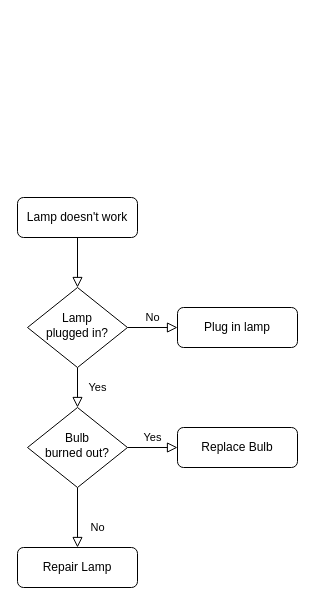
Above: 제목 없는 다이어그램.drawio in MIN121234/tetris (draw.io), before the change. Source tidied: cells renumbered, new cells numbered last; positions are measured from the earlier drawing's top-left corner, leaving out a move shared by most shapes. Both pictures are drawn from the tidied source at 100%, with x=0, y=0 at pixel (17, 197).
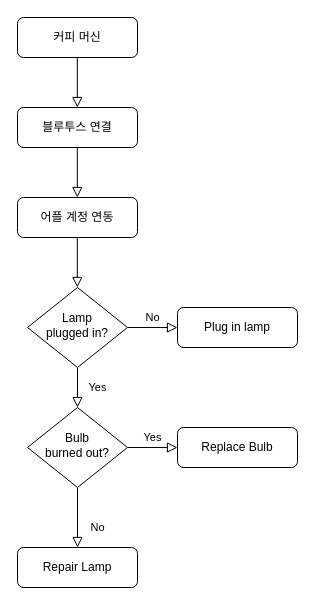
Above is the later version.

Commit message:
커피머신 순서도

Change to the diagram source:
```diff
@@
 <mxGraphModel>
   <root>
     <mxCell id="0" />
     <mxCell id="1" parent="0" />
-    <mxCell id="2" style="rounded=0;html=1;jettySize=auto;fontSize=11;endArrow=block;endFill=0;endSize=8;strokeWidth=1;shadow=0;labelBackgroundColor=none;edgeStyle=orthogonalEdgeStyle;" parent="1" edge="1" source="3" target="6">
-      <mxGeometry relative="1" as="geometry" />
-    </mxCell>
-    <mxCell id="3" value="Lamp doesn't work" style="rounded=1;whiteSpace=wrap;html=1;fontSize=12;glass=0;strokeWidth=1;shadow=0;" parent="1" vertex="1">
-      <mxGeometry width="120" height="40" as="geometry" />
+    <mxCell id="3" value="블루투스 연결" style="rounded=1;whiteSpace=wrap;html=1;fontSize=12;glass=0;strokeWidth=1;shadow=0;" parent="1" vertex="1">
+      <mxGeometry y="-90" width="120" height="40" as="geometry" />
     </mxCell>
     <mxCell id="4" value="Yes" style="rounded=0;html=1;jettySize=auto;fontSize=11;endArrow=block;endFill=0;endSize=8;strokeWidth=1;shadow=0;labelBackgroundColor=none;edgeStyle=orthogonalEdgeStyle;" parent="1" edge="1" source="6" target="10">
       <mxGeometry y="20" relative="1" as="geometry" />
     </mxCell>
     <mxCell id="5" value="No" style="edgeStyle=orthogonalEdgeStyle;rounded=0;html=1;jettySize=auto;fontSize=11;endArrow=block;endFill=0;endSize=8;strokeWidth=1;shadow=0;labelBackgroundColor=none;" parent="1" edge="1" source="6" target="7">
       <mxGeometry y="10" relative="1" as="geometry" />
     </mxCell>
     <mxCell id="6" value="Lamp&lt;br&gt;plugged in?" style="rhombus;whiteSpace=wrap;html=1;shadow=0;fontFamily=Helvetica;fontSize=12;align=center;strokeWidth=1;spacing=6;spacingTop=-4;" parent="1" vertex="1">
       <mxGeometry x="10" y="90" width="100" height="80" as="geometry" />
     </mxCell>
     <mxCell id="7" value="Plug in lamp" style="rounded=1;whiteSpace=wrap;html=1;fontSize=12;glass=0;strokeWidth=1;shadow=0;" parent="1" vertex="1">
       <mxGeometry x="160" y="110" width="120" height="40" as="geometry" />
     </mxCell>
     <mxCell id="8" value="No" style="rounded=0;html=1;jettySize=auto;fontSize=11;endArrow=block;endFill=0;endSize=8;strokeWidth=1;shadow=0;labelBackgroundColor=none;edgeStyle=orthogonalEdgeStyle;" parent="1" edge="1" source="10" target="11">
       <mxGeometry x="0.33" y="20" relative="1" as="geometry" />
     </mxCell>
     <mxCell id="9" value="Yes" style="edgeStyle=orthogonalEdgeStyle;rounded=0;html=1;jettySize=auto;fontSize=11;endArrow=block;endFill=0;endSize=8;strokeWidth=1;shadow=0;labelBackgroundColor=none;" parent="1" edge="1" source="10" target="12">
       <mxGeometry y="10" relative="1" as="geometry" />
     </mxCell>
     <mxCell id="10" value="Bulb&lt;br&gt;burned out?" style="rhombus;whiteSpace=wrap;html=1;shadow=0;fontFamily=Helvetica;fontSize=12;align=center;strokeWidth=1;spacing=6;spacingTop=-4;" parent="1" vertex="1">
       <mxGeometry x="10" y="210" width="100" height="80" as="geometry" />
     </mxCell>
     <mxCell id="11" value="Repair Lamp" style="rounded=1;whiteSpace=wrap;html=1;fontSize=12;glass=0;strokeWidth=1;shadow=0;" parent="1" vertex="1">
       <mxGeometry y="350" width="120" height="40" as="geometry" />
     </mxCell>
     <mxCell id="12" value="Replace Bulb" style="rounded=1;whiteSpace=wrap;html=1;fontSize=12;glass=0;strokeWidth=1;shadow=0;" parent="1" vertex="1">
       <mxGeometry x="160" y="230" width="120" height="40" as="geometry" />
     </mxCell>
+    <mxCell id="13" value="커피 머신" style="rounded=1;whiteSpace=wrap;html=1;fontSize=12;glass=0;strokeWidth=1;shadow=0;" parent="1" vertex="1">
+      <mxGeometry y="-180" width="120" height="40" as="geometry" />
+    </mxCell>
+    <mxCell id="14" style="rounded=0;html=1;jettySize=auto;orthogonalLoop=1;fontSize=11;endArrow=block;endFill=0;endSize=8;strokeWidth=1;shadow=0;labelBackgroundColor=none;edgeStyle=orthogonalEdgeStyle;" parent="1" edge="1">
+      <mxGeometry relative="1" as="geometry">
+        <mxPoint x="59.8" y="-50" as="sourcePoint" />
+        <mxPoint x="59.8" as="targetPoint" />
+      </mxGeometry>
+    </mxCell>
+    <mxCell id="15" value="어플 계정 연동" style="rounded=1;whiteSpace=wrap;html=1;fontSize=12;glass=0;strokeWidth=1;shadow=0;" parent="1" vertex="1">
+      <mxGeometry width="120" height="40" as="geometry" />
+    </mxCell>
+    <mxCell id="16" style="rounded=0;html=1;jettySize=auto;orthogonalLoop=1;fontSize=11;endArrow=block;endFill=0;endSize=8;strokeWidth=1;shadow=0;labelBackgroundColor=none;edgeStyle=orthogonalEdgeStyle;" parent="1" edge="1">
+      <mxGeometry relative="1" as="geometry">
+        <mxPoint x="59.8" y="-140" as="sourcePoint" />
+        <mxPoint x="59.8" y="-90" as="targetPoint" />
+      </mxGeometry>
+    </mxCell>
+    <mxCell id="17" style="rounded=0;html=1;jettySize=auto;orthogonalLoop=1;fontSize=11;endArrow=block;endFill=0;endSize=8;strokeWidth=1;shadow=0;labelBackgroundColor=none;edgeStyle=orthogonalEdgeStyle;" parent="1" edge="1">
+      <mxGeometry relative="1" as="geometry">
+        <mxPoint x="59.8" y="40" as="sourcePoint" />
+        <mxPoint x="59.8" y="90" as="targetPoint" />
+      </mxGeometry>
+    </mxCell>
   </root>
 </mxGraphModel>
```
